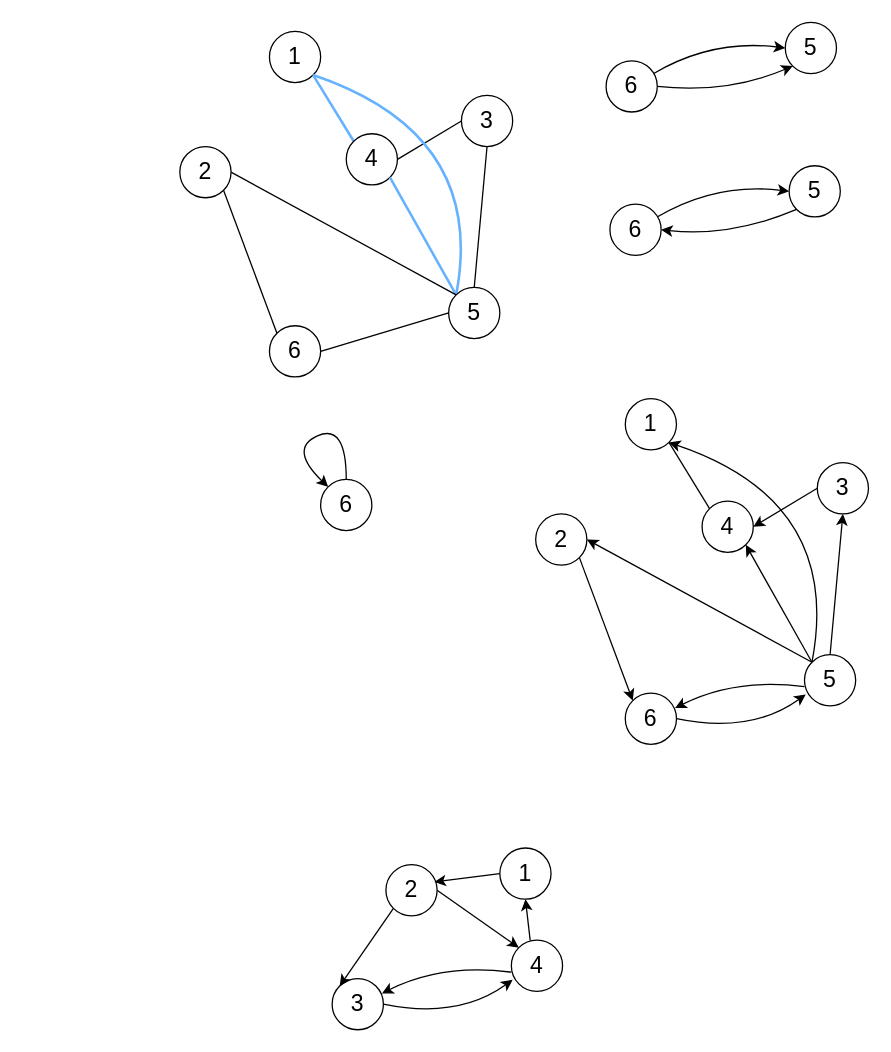
The draw.io diagram page "Graphs" (3 of 5) of external/images/graphs/graph-search.drawio in ascholerChemeketa/welcomeprogramming, before the edit. Source tidied: cells renumbered, new cells numbered last; positions are measured from the earlier drawing's top-left corner, leaving out a move shared by most shapes. Both pictures are drawn from the tidied source at 128%, with x=0, y=0 at pixel (179, 22).
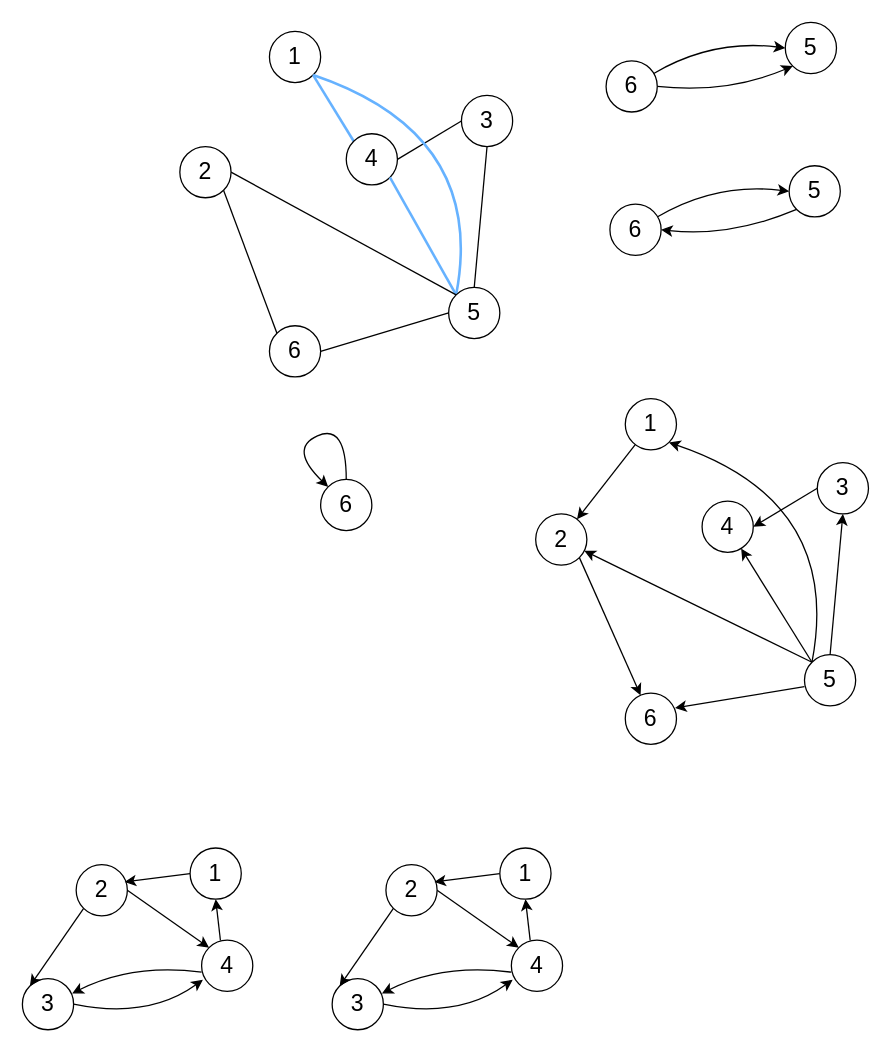
After the change.

The change refers to these unchanged cells:
```xml
<mxCell id="16" value="&lt;font style=&quot;font-size: 18px&quot;&gt;1&lt;/font&gt;" style="ellipse;whiteSpace=wrap;html=1;strokeWidth=1;" parent="1" vertex="1">
  <mxGeometry x="348" y="294" width="40" height="40" as="geometry" />
</mxCell>
<mxCell id="20" value="&lt;span style=&quot;font-size: 18px&quot;&gt;4&lt;/span&gt;" style="ellipse;whiteSpace=wrap;html=1;strokeWidth=1;" parent="1" vertex="1">
  <mxGeometry x="408" y="374" width="40" height="40" as="geometry" />
</mxCell>
<mxCell id="24" value="&lt;span style=&quot;font-size: 18px&quot;&gt;5&lt;/span&gt;" style="ellipse;whiteSpace=wrap;html=1;strokeWidth=1;" parent="1" vertex="1">
  <mxGeometry x="488" y="494" width="40" height="40" as="geometry" />
</mxCell>
<mxCell id="26" value="&lt;span style=&quot;font-size: 18px&quot;&gt;6&lt;/span&gt;" style="ellipse;whiteSpace=wrap;html=1;strokeWidth=1;" parent="1" vertex="1">
  <mxGeometry x="348" y="524" width="40" height="40" as="geometry" />
</mxCell>
<mxCell id="29" value="&lt;span style=&quot;font-size: 18px&quot;&gt;2&lt;br&gt;&lt;/span&gt;" style="ellipse;whiteSpace=wrap;html=1;strokeWidth=1;" parent="1" vertex="1">
  <mxGeometry x="278" y="384" width="40" height="40" as="geometry" />
</mxCell>
```

Diff of the diagram source:
```diff
@@
-    <mxCell id="19" style="edgeStyle=none;curved=1;jettySize=auto;html=1;exitX=0;exitY=0;exitDx=0;exitDy=0;entryX=1;entryY=1;entryDx=0;entryDy=0;endArrow=none;endFill=0;strokeWidth=1;" parent="1" edge="1" source="20" target="16">
-      <mxGeometry relative="1" as="geometry" />
-    </mxCell>
@@
-    <mxCell id="21" style="edgeStyle=none;rounded=0;jettySize=auto;html=1;exitX=0;exitY=0;exitDx=0;exitDy=0;entryX=1;entryY=1;entryDx=0;entryDy=0;endArrow=classic;endFill=1;strokeWidth=1;" parent="1" edge="1" source="24" target="20">
+    <mxCell id="21" style="edgeStyle=none;rounded=0;jettySize=auto;html=1;exitX=0;exitY=0;exitDx=0;exitDy=0;endArrow=classic;endFill=1;strokeWidth=1;" parent="1" edge="1" source="24" target="20">
       <mxGeometry relative="1" as="geometry" />
     </mxCell>
@@
     <mxCell id="25" style="edgeStyle=none;jettySize=auto;html=1;exitX=0.972;exitY=0.291;exitDx=0;exitDy=0;endArrow=none;endFill=0;strokeWidth=1;exitPerimeter=0;curved=1;startArrow=classic;startFill=1;" parent="1" edge="1" source="26">
       <mxGeometry relative="1" as="geometry">
         <mxPoint x="488" y="519" as="targetPoint" />
-        <Array as="points">
-          <mxPoint x="434" y="512" />
-        </Array>
       </mxGeometry>
     </mxCell>
@@
-    <mxCell id="27" style="edgeStyle=none;curved=1;jettySize=auto;html=1;exitX=1;exitY=1;exitDx=0;exitDy=0;entryX=0;entryY=0;entryDx=0;entryDy=0;endArrow=classic;endFill=1;strokeWidth=1;" parent="1" edge="1" source="29" target="26">
+    <mxCell id="27" style="edgeStyle=none;curved=1;jettySize=auto;html=1;exitX=1;exitY=1;exitDx=0;exitDy=0;endArrow=classic;endFill=1;strokeWidth=1;" parent="1" edge="1" source="29" target="26">
       <mxGeometry relative="1" as="geometry" />
     </mxCell>
-    <mxCell id="28" style="edgeStyle=none;curved=1;jettySize=auto;html=1;exitX=1;exitY=0.5;exitDx=0;exitDy=0;entryX=0;entryY=0;entryDx=0;entryDy=0;endArrow=none;endFill=0;strokeWidth=1;startArrow=classic;startFill=1;" parent="1" edge="1" source="29" target="24">
+    <mxCell id="28" style="edgeStyle=none;curved=1;jettySize=auto;html=1;entryX=0;entryY=0;entryDx=0;entryDy=0;endArrow=none;endFill=0;strokeWidth=1;startArrow=classic;startFill=1;" parent="1" edge="1" source="29" target="24">
       <mxGeometry relative="1" as="geometry" />
     </mxCell>
@@
-    <mxCell id="30" style="edgeStyle=none;jettySize=auto;html=1;exitX=1;exitY=0.5;exitDx=0;exitDy=0;endArrow=classic;endFill=1;strokeWidth=1;curved=1;" parent="1" edge="1" source="26">
-      <mxGeometry relative="1" as="geometry">
-        <mxPoint x="489" y="525" as="targetPoint" />
-        <Array as="points">
-          <mxPoint x="446" y="556" />
-        </Array>
-      </mxGeometry>
-    </mxCell>
@@
+    <mxCell id="51" style="edgeStyle=none;rounded=0;jettySize=auto;html=1;endArrow=classic;endFill=1;strokeWidth=1;" parent="1" edge="1" source="16" target="29">
+      <mxGeometry relative="1" as="geometry" />
+    </mxCell>
+    <mxCell id="52" value="&lt;span style=&quot;font-size: 18px&quot;&gt;4&lt;/span&gt;" style="ellipse;whiteSpace=wrap;html=1;strokeWidth=1;" parent="1" vertex="1">
+      <mxGeometry x="17" y="717" width="40" height="40" as="geometry" />
+    </mxCell>
+    <mxCell id="53" style="edgeStyle=none;jettySize=auto;html=1;exitX=0.972;exitY=0.291;exitDx=0;exitDy=0;endArrow=none;endFill=0;strokeWidth=1;exitPerimeter=0;curved=1;startArrow=classic;startFill=1;" parent="1" edge="1" source="54">
+      <mxGeometry relative="1" as="geometry">
+        <mxPoint x="17" y="742" as="targetPoint" />
+        <Array as="points">
+          <mxPoint x="-37" y="735" />
+        </Array>
+      </mxGeometry>
+    </mxCell>
+    <mxCell id="54" value="&lt;span style=&quot;font-size: 18px&quot;&gt;3&lt;/span&gt;" style="ellipse;whiteSpace=wrap;html=1;strokeWidth=1;" parent="1" vertex="1">
+      <mxGeometry x="-123" y="747" width="40" height="40" as="geometry" />
+    </mxCell>
+    <mxCell id="55" style="edgeStyle=none;curved=1;jettySize=auto;html=1;exitX=0;exitY=1;exitDx=0;exitDy=0;entryX=0;entryY=0;entryDx=0;entryDy=0;endArrow=classic;endFill=1;strokeWidth=1;" parent="1" edge="1" source="57" target="54">
+      <mxGeometry relative="1" as="geometry" />
+    </mxCell>
+    <mxCell id="56" style="edgeStyle=none;curved=1;jettySize=auto;html=1;exitX=1;exitY=0.5;exitDx=0;exitDy=0;entryX=0;entryY=0;entryDx=0;entryDy=0;endArrow=classic;endFill=1;strokeWidth=1;startArrow=none;startFill=0;" parent="1" edge="1" source="57" target="52">
+      <mxGeometry relative="1" as="geometry" />
+    </mxCell>
+    <mxCell id="57" value="&lt;span style=&quot;font-size: 18px&quot;&gt;2&lt;br&gt;&lt;/span&gt;" style="ellipse;whiteSpace=wrap;html=1;strokeWidth=1;" parent="1" vertex="1">
+      <mxGeometry x="-81" y="658" width="40" height="40" as="geometry" />
+    </mxCell>
+    <mxCell id="58" style="edgeStyle=none;jettySize=auto;html=1;exitX=1;exitY=0.5;exitDx=0;exitDy=0;endArrow=classic;endFill=1;strokeWidth=1;curved=1;" parent="1" edge="1" source="54">
+      <mxGeometry relative="1" as="geometry">
+        <mxPoint x="18" y="748" as="targetPoint" />
+        <Array as="points">
+          <mxPoint x="-25" y="779" />
+        </Array>
+      </mxGeometry>
+    </mxCell>
+    <mxCell id="59" style="edgeStyle=none;curved=1;jettySize=auto;html=1;exitX=0;exitY=0.5;exitDx=0;exitDy=0;entryX=0.946;entryY=0.339;entryDx=0;entryDy=0;entryPerimeter=0;startArrow=none;startFill=0;endArrow=classic;endFill=1;strokeColor=#000000;strokeWidth=1;" parent="1" edge="1" source="60" target="57">
+      <mxGeometry relative="1" as="geometry" />
+    </mxCell>
+    <mxCell id="60" value="&lt;font style=&quot;font-size: 18px&quot;&gt;1&lt;/font&gt;" style="ellipse;whiteSpace=wrap;html=1;strokeWidth=1;" parent="1" vertex="1">
+      <mxGeometry x="8" y="645" width="40" height="40" as="geometry" />
+    </mxCell>
+    <mxCell id="61" style="edgeStyle=none;curved=1;jettySize=auto;html=1;entryX=0.5;entryY=1;entryDx=0;entryDy=0;startArrow=none;startFill=0;endArrow=classic;endFill=1;strokeColor=#000000;strokeWidth=1;exitX=0.368;exitY=0.007;exitDx=0;exitDy=0;exitPerimeter=0;" parent="1" edge="1" source="52" target="60">
+      <mxGeometry relative="1" as="geometry" />
+    </mxCell>
```
